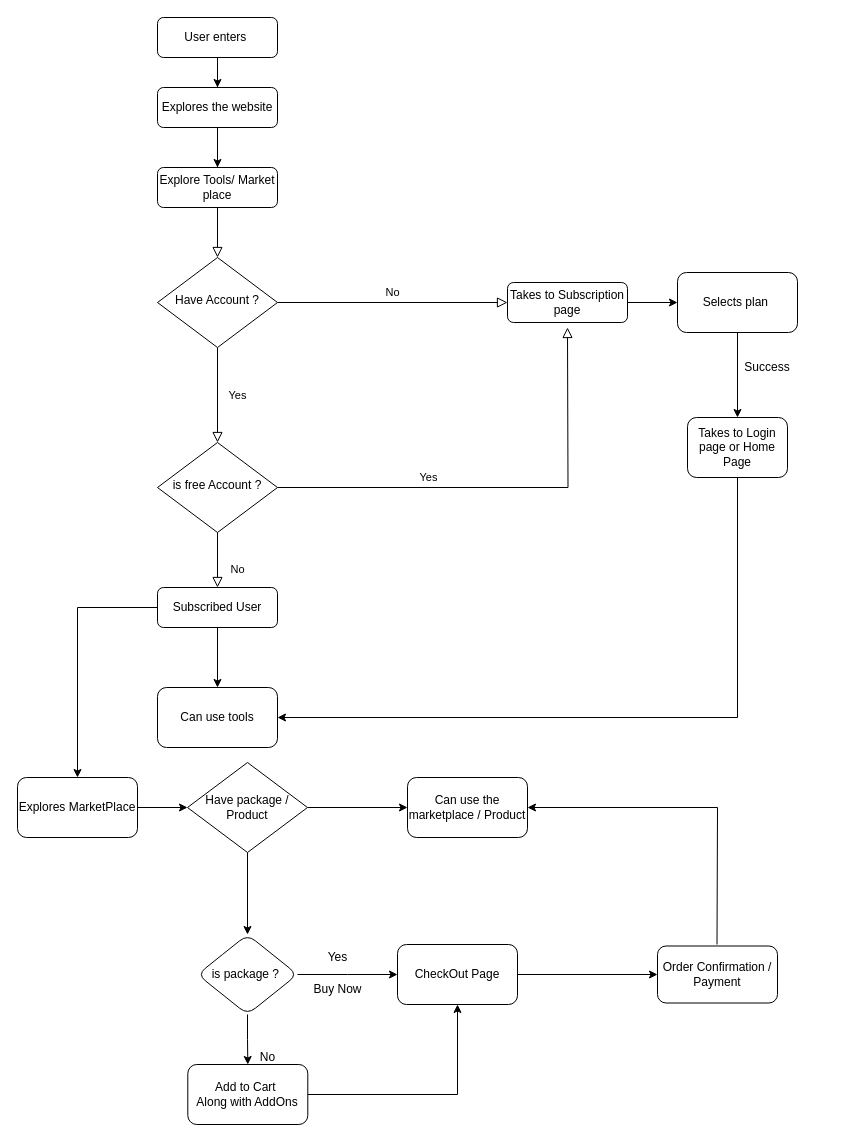
The draw.io diagram Languages/postgress/SMB/SMB-flow2.drawio in saud-ahmad24/documets_, before the edit. Source tidied: cells renumbered, new cells numbered last; positions are measured from the earlier drawing's top-left corner, leaving out a move shared by most shapes. Both pictures are drawn from the tidied source at 100%, with x=0, y=0 at pixel (17, 17).
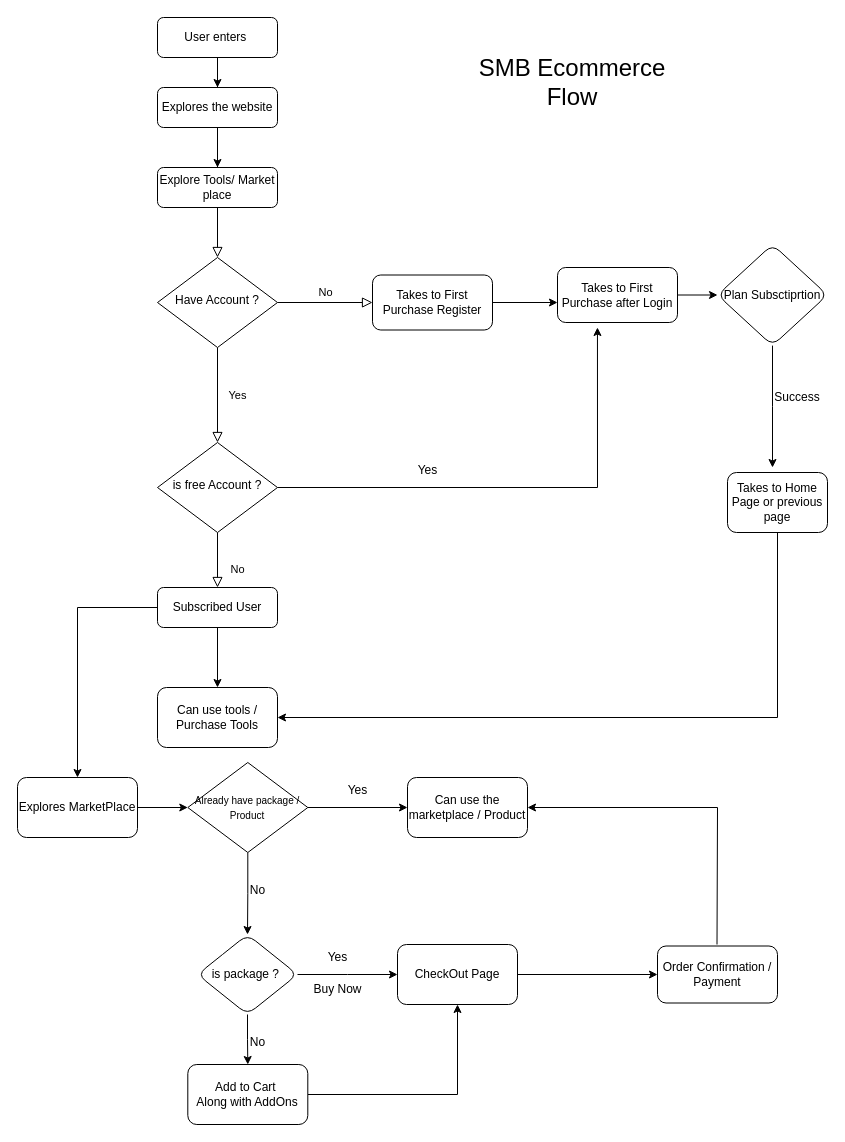
Above is the later version.

Unchanged cells that the change refers to:
```xml
<mxCell id="12" value="is free Account ?" style="rhombus;whiteSpace=wrap;html=1;shadow=0;fontFamily=Helvetica;fontSize=12;align=center;strokeWidth=1;spacing=6;spacingTop=-4;" parent="1" vertex="1">
  <mxGeometry x="140" y="425" width="120" height="90" as="geometry" />
</mxCell>
```

Diff of the diagram source:
```diff
@@
-    <mxCell id="8" style="edgeStyle=orthogonalEdgeStyle;rounded=0;jettySize=auto;html=1;" parent="1" edge="1" source="9" target="20">
-      <mxGeometry relative="1" as="geometry" />
+    <mxCell id="8" style="edgeStyle=orthogonalEdgeStyle;rounded=0;jettySize=auto;html=1;" parent="1" edge="1" source="9">
+      <mxGeometry relative="1" as="geometry">
+        <mxPoint x="540" y="285" as="targetPoint" />
+      </mxGeometry>
     </mxCell>
-    <mxCell id="9" value="Takes to Subscription page" style="rounded=1;whiteSpace=wrap;html=1;fontSize=12;glass=0;strokeWidth=1;shadow=0;" parent="1" vertex="1">
-      <mxGeometry x="490" y="265" width="120" height="40" as="geometry" />
+    <mxCell id="9" value="Takes to First Purchase Register" style="rounded=1;whiteSpace=wrap;html=1;fontSize=12;glass=0;strokeWidth=1;shadow=0;" parent="1" vertex="1">
+      <mxGeometry x="355" y="257.5" width="120" height="55" as="geometry" />
     </mxCell>
@@
-    <mxCell id="11" value="Yes" style="edgeStyle=orthogonalEdgeStyle;rounded=0;html=1;jettySize=auto;fontSize=11;endArrow=block;endFill=0;endSize=8;strokeWidth=1;shadow=0;labelBackgroundColor=none;" parent="1" edge="1" source="12">
-      <mxGeometry x="-0.33" y="10" relative="1" as="geometry">
-        <mxPoint x="550" y="310" as="targetPoint" />
-      </mxGeometry>
-    </mxCell>
@@
-    <mxCell id="19" style="edgeStyle=orthogonalEdgeStyle;rounded=0;jettySize=auto;html=1;" parent="1" edge="1" source="20" target="22">
-      <mxGeometry relative="1" as="geometry" />
-    </mxCell>
-    <mxCell id="20" value="Selects plan&amp;nbsp;" style="rounded=1;whiteSpace=wrap;html=1;" parent="1" vertex="1">
-      <mxGeometry x="660" y="255" width="120" height="60" as="geometry" />
-    </mxCell>
-    <mxCell id="21" style="edgeStyle=orthogonalEdgeStyle;rounded=0;jettySize=auto;html=1;entryX=1;entryY=0.5;entryDx=0;entryDy=0;" parent="1" edge="1" source="22" target="24">
+    <mxCell id="21" style="edgeStyle=orthogonalEdgeStyle;rounded=0;jettySize=auto;html=1;entryX=1;entryY=0.5;entryDx=0;entryDy=0;" parent="1" edge="1" target="24">
       <mxGeometry relative="1" as="geometry">
+        <mxPoint x="760" y="515" as="sourcePoint" />
         <Array as="points">
-          <mxPoint x="720" y="700" />
+          <mxPoint x="760" y="700" />
         </Array>
       </mxGeometry>
     </mxCell>
-    <mxCell id="22" value="Takes to Login page or Home Page" style="rounded=1;whiteSpace=wrap;html=1;" parent="1" vertex="1">
-      <mxGeometry x="670" y="400" width="100" height="60" as="geometry" />
+    <mxCell id="22" value="Takes to Home Page or previous page" style="rounded=1;whiteSpace=wrap;html=1;" parent="1" vertex="1">
+      <mxGeometry x="710" y="455" width="100" height="60" as="geometry" />
     </mxCell>
     <mxCell id="23" value="Success" style="text;html=1;align=center;verticalAlign=middle;whiteSpace=wrap;rounded=0;" parent="1" vertex="1">
-      <mxGeometry x="730" y="340" width="40" height="20" as="geometry" />
+      <mxGeometry x="760" y="370" width="40" height="20" as="geometry" />
     </mxCell>
-    <mxCell id="24" value="Can use tools" style="rounded=1;whiteSpace=wrap;html=1;" parent="1" vertex="1">
+    <mxCell id="24" value="Can use tools / Purchase Tools" style="rounded=1;whiteSpace=wrap;html=1;" parent="1" vertex="1">
       <mxGeometry x="140" y="670" width="120" height="60" as="geometry" />
     </mxCell>
@@
     <mxCell id="29" value="No" style="text;html=1;align=center;verticalAlign=middle;strokeColor=none;fillColor=none;" parent="1" vertex="1">
-      <mxGeometry x="230" y="1025" width="40" height="30" as="geometry" />
+      <mxGeometry x="220" y="1010" width="40" height="30" as="geometry" />
     </mxCell>
@@
-    <mxCell id="40" value="Have package / Product" style="rhombus;whiteSpace=wrap;html=1;" parent="1" vertex="1">
-      <mxGeometry x="170" y="745" width="120" height="90" as="geometry" />
+    <mxCell id="40" value="&lt;font style=&quot;font-size: 10px;&quot;&gt;Already have package / Product&lt;/font&gt;" style="rhombus;whiteSpace=wrap;html=1;" parent="1" vertex="1">
+      <mxGeometry x="170.3" y="745" width="120" height="90" as="geometry" />
     </mxCell>
@@
+    <mxCell id="44" style="edgeStyle=orthogonalEdgeStyle;rounded=0;jettySize=auto;html=1;" parent="1" edge="1" source="45" target="49">
+      <mxGeometry relative="1" as="geometry" />
+    </mxCell>
+    <mxCell id="45" value="Takes to First Purchase after Login" style="rounded=1;whiteSpace=wrap;html=1;fontSize=12;glass=0;strokeWidth=1;shadow=0;" parent="1" vertex="1">
+      <mxGeometry x="540" y="250" width="120" height="55" as="geometry" />
+    </mxCell>
+    <mxCell id="46" style="edgeStyle=orthogonalEdgeStyle;rounded=0;jettySize=auto;html=1;entryX=0.333;entryY=1.091;entryDx=0;entryDy=0;entryPerimeter=0;" parent="1" edge="1" source="12" target="45">
+      <mxGeometry relative="1" as="geometry" />
+    </mxCell>
+    <mxCell id="47" value="Yes" style="text;html=1;align=center;verticalAlign=middle;strokeColor=none;fillColor=none;" parent="1" vertex="1">
+      <mxGeometry x="390" y="438" width="40" height="30" as="geometry" />
+    </mxCell>
+    <mxCell id="48" style="edgeStyle=orthogonalEdgeStyle;rounded=0;jettySize=auto;html=1;" parent="1" edge="1" source="49">
+      <mxGeometry relative="1" as="geometry">
+        <mxPoint x="755" y="450" as="targetPoint" />
+      </mxGeometry>
+    </mxCell>
+    <mxCell id="49" value="Plan Subsctiprtion" style="rhombus;whiteSpace=wrap;html=1;rounded=1;glass=0;strokeWidth=1;shadow=0;" parent="1" vertex="1">
+      <mxGeometry x="700" y="226.9" width="110" height="101.2" as="geometry" />
+    </mxCell>
+    <mxCell id="50" value="&lt;font style=&quot;font-size: 24px;&quot;&gt;SMB Ecommerce Flow&lt;/font&gt;" style="text;html=1;align=center;verticalAlign=middle;whiteSpace=wrap;rounded=0;" parent="1" vertex="1">
+      <mxGeometry x="440" y="30" width="230" height="70" as="geometry" />
+    </mxCell>
+    <mxCell id="51" value="Yes" style="text;html=1;align=center;verticalAlign=middle;strokeColor=none;fillColor=none;" parent="1" vertex="1">
+      <mxGeometry x="320" y="758" width="40" height="30" as="geometry" />
+    </mxCell>
+    <mxCell id="52" value="No" style="text;html=1;align=center;verticalAlign=middle;strokeColor=none;fillColor=none;" parent="1" vertex="1">
+      <mxGeometry x="220" y="858" width="40" height="30" as="geometry" />
+    </mxCell>
```
